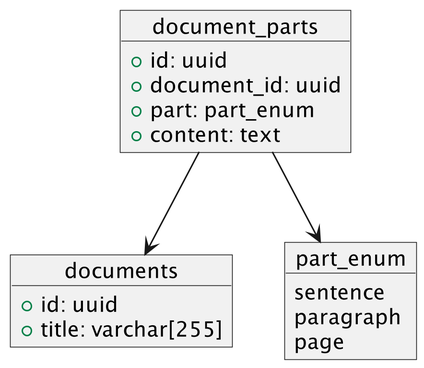
milanmarcinco/bachelor keeps this PlantUML diagram as out/diagrams/db-schema/db-schema.png. Above is the earlier version.
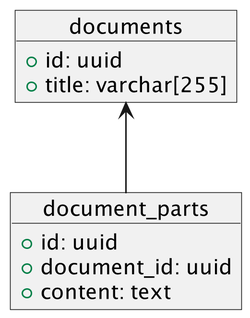
Above is the later version.

The edit, as a diff of the source:
```diff
@@ -10,17 +10,9 @@
 object document_parts {
   + id: uuid
   + document_id: uuid
-  + part: part_enum
   + content: text
 }
 
-object part_enum {
-  sentence
-  paragraph
-  page
-}
-
-document_parts --> documents
-document_parts --> part_enum
+documents <-- document_parts
 
 @enduml
```
